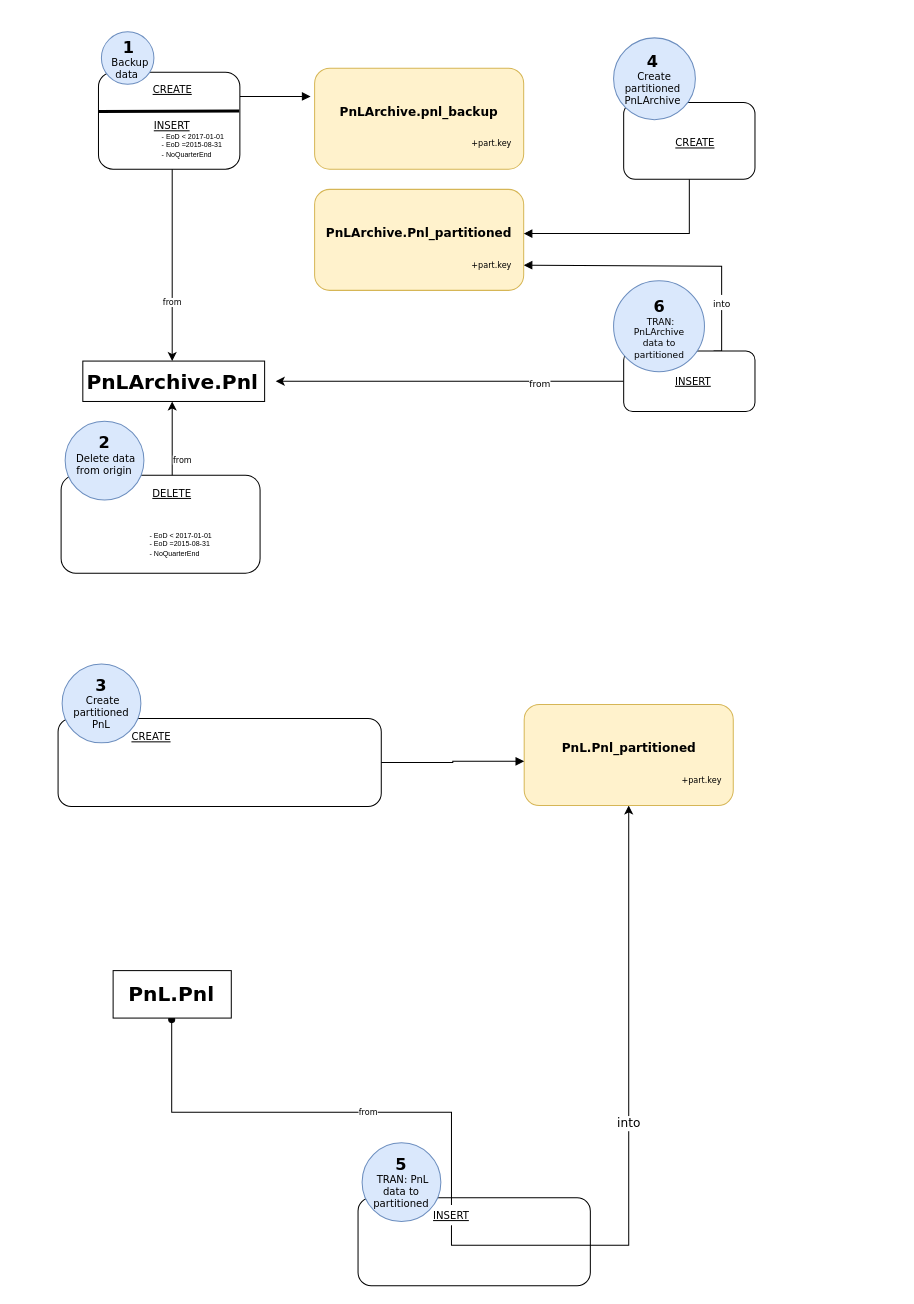
nikitozeg/allure-cucumber-jvm-example keeps this draw.io diagram as Untitled Diagram.drawio. Above is the earlier version. Source tidied: cells renumbered, new cells numbered last; positions are measured from the earlier drawing's top-left corner, leaving out a move shared by most shapes. Both pictures are drawn from the tidied source at 101%, with x=0, y=0 at pixel (58, 31).
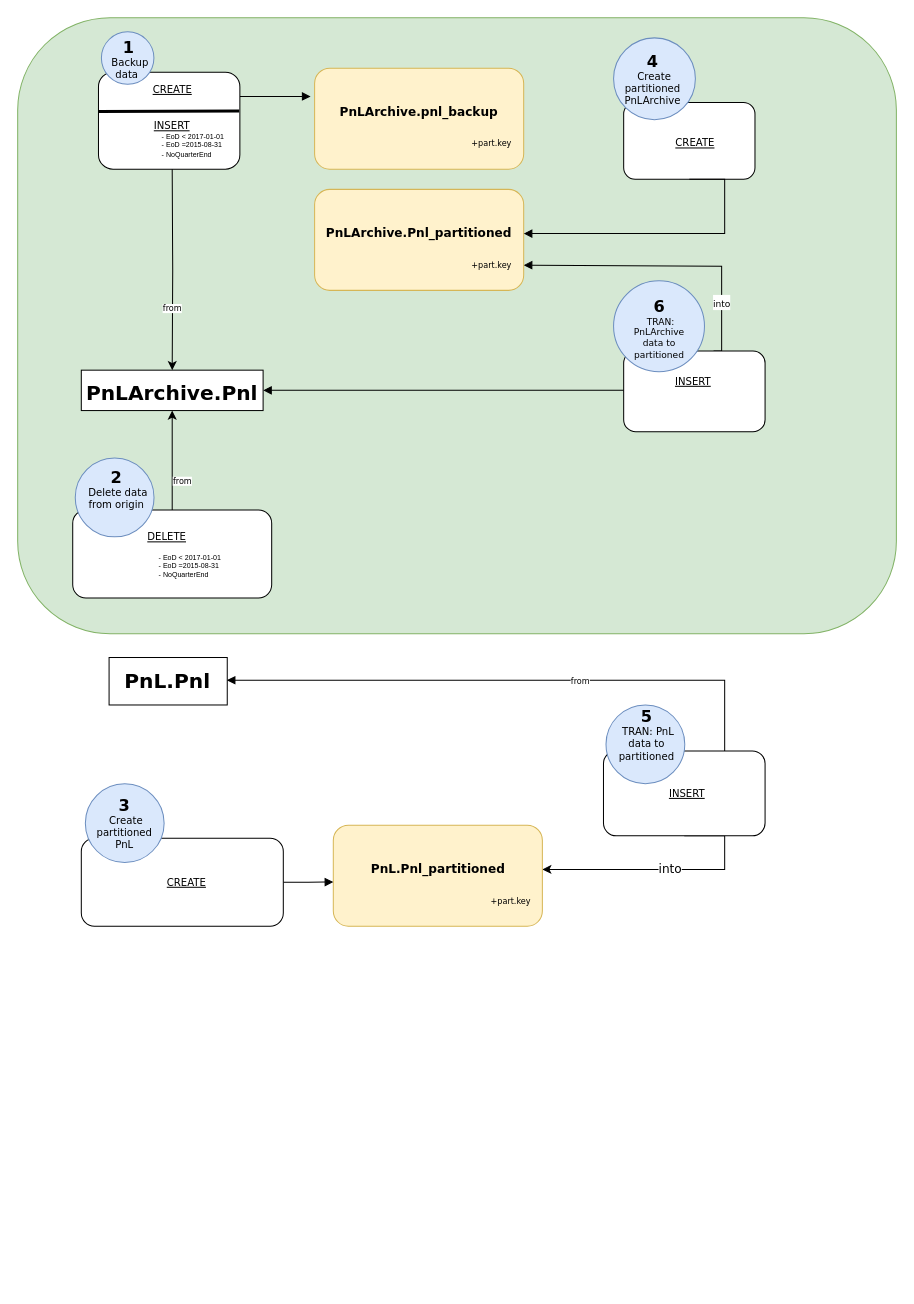
Above is the later version.

Unchanged cells that the change refers to:
```xml
<mxCell id="33" value="PnLArchive.Pnl_partitioned" style="text;html=1;strokeColor=none;fillColor=none;align=center;verticalAlign=middle;whiteSpace=wrap;rounded=0;fontFamily=Verdana;fontSize=12;fontStyle=1;" parent="32" vertex="1">
  <mxGeometry width="207" height="50" as="geometry" />
</mxCell>
<mxCell id="36" style="rounded=1;whiteSpace=wrap;html=1;" parent="35" vertex="1">
  <mxGeometry x="10" y="64" width="130" height="76" as="geometry" />
</mxCell>
<mxCell id="62" value="PnL.Pnl" style="text;html=1;strokeColor=none;fillColor=none;align=center;verticalAlign=middle;whiteSpace=wrap;rounded=0;fontFamily=Verdana;fontStyle=1;fontSize=20;" parent="60" vertex="1">
  <mxGeometry width="117" height="52" as="geometry" />
</mxCell>
<mxCell id="67" style="rounded=1;whiteSpace=wrap;html=1;fillColor=#fff2cc;fontFamily=Verdana;fontSize=8;align=left;strokeColor=#d6b656;" parent="66" vertex="1">
  <mxGeometry width="207" height="100" as="geometry" />
</mxCell>
<mxCell id="69" value="PnL.Pnl_partitioned" style="text;html=1;strokeColor=none;fillColor=none;align=center;verticalAlign=middle;whiteSpace=wrap;rounded=0;fontFamily=Verdana;fontSize=12;fontStyle=1;" parent="68" vertex="1">
  <mxGeometry width="207" height="50" as="geometry" />
</mxCell>
```

What changed in the source:
```diff
@@
-    <mxCell id="2" style="edgeStyle=orthogonalEdgeStyle;rounded=0;jettySize=auto;html=1;exitX=0;exitY=0.5;exitDx=0;exitDy=0;entryX=1;entryY=0.5;entryDx=0;entryDy=0;fontFamily=Verdana;fontSize=8;" parent="1" edge="1" source="42" target="7">
-      <mxGeometry relative="1" as="geometry" />
-    </mxCell>
-    <mxCell id="3" value="from" style="text;html=1;align=center;verticalAlign=middle;labelBackgroundColor=#ffffff;fontSize=9;fontFamily=Verdana;" parent="2" vertex="1">
-      <mxGeometry x="-0.51" y="2" relative="1" as="geometry" />
-    </mxCell>
+    <mxCell id="77" style="rounded=1;whiteSpace=wrap;html=1;fillColor=#d5e8d4;fontFamily=Verdana;fontSize=9;align=left;strokeColor=#82b366;" parent="1" vertex="1">
+      <mxGeometry x="-40" y="-14" width="870" height="610" as="geometry" />
+    </mxCell>
@@
-    <mxCell id="5" style="group;" parent="1" vertex="1">
-      <mxGeometry x="10.5" y="326" width="205" height="40" as="geometry" />
-    </mxCell>
-    <mxCell id="6" style="rounded=0;whiteSpace=wrap;html=1;fillColor=#ffffff;fontFamily=Verdana;fontSize=20;align=left;" parent="5" vertex="1">
-      <mxGeometry x="14" width="180" height="40" as="geometry" />
-    </mxCell>
-    <mxCell id="7" value="&lt;font style=&quot;font-size: 20px&quot;&gt;PnLArchive.Pnl&lt;/font&gt;" style="text;html=1;strokeColor=none;fillColor=none;align=center;verticalAlign=middle;whiteSpace=wrap;rounded=0;fontFamily=Verdana;fontStyle=1;" parent="5" vertex="1">
-      <mxGeometry width="205" height="40" as="geometry" />
-    </mxCell>
-    <mxCell id="8" style="edgeStyle=orthogonalEdgeStyle;rounded=0;jettySize=auto;html=1;exitX=0.5;exitY=0;exitDx=0;exitDy=0;fontFamily=Verdana;fontSize=8;" parent="1" edge="1" source="75" target="7">
+    <mxCell id="8" style="edgeStyle=orthogonalEdgeStyle;rounded=0;jettySize=auto;html=1;exitX=0.5;exitY=0;exitDx=0;exitDy=0;fontFamily=Verdana;fontSize=8;entryX=0.5;entryY=1;entryDx=0;entryDy=0;" parent="1" edge="1" source="72" target="6">
       <mxGeometry relative="1" as="geometry" />
     </mxCell>
@@
-    <mxCell id="25" value="from" style="edgeStyle=orthogonalEdgeStyle;rounded=0;jettySize=auto;html=1;entryX=0.5;entryY=0;entryDx=0;entryDy=0;fontFamily=Verdana;fontSize=8;" parent="1" edge="1" target="7">
+    <mxCell id="25" value="from" style="edgeStyle=orthogonalEdgeStyle;rounded=0;jettySize=auto;html=1;fontFamily=Verdana;fontSize=8;entryX=0.5;entryY=0;entryDx=0;entryDy=0;" parent="1" edge="1" target="6">
       <mxGeometry x="0.39" relative="1" as="geometry">
         <mxPoint x="113" y="136" as="sourcePoint" />
-        <Array as="points">
-          <mxPoint x="113" y="267" />
-        </Array>
       </mxGeometry>
     </mxCell>
@@
     <mxCell id="41" style="edgeStyle=orthogonalEdgeStyle;rounded=0;jettySize=auto;html=1;exitX=0.5;exitY=1;exitDx=0;exitDy=0;entryX=1;entryY=0.5;entryDx=0;entryDy=0;endArrow=block;endFill=1;strokeWidth=1;fontFamily=Verdana;fontSize=9;" parent="1" edge="1" source="36" target="33">
-      <mxGeometry relative="1" as="geometry" />
+      <mxGeometry relative="1" as="geometry">
+        <Array as="points">
+          <mxPoint x="660" y="146" />
+          <mxPoint x="660" y="200" />
+        </Array>
+      </mxGeometry>
     </mxCell>
+    <mxCell id="78" style="edgeStyle=orthogonalEdgeStyle;rounded=0;jettySize=auto;html=1;exitX=0;exitY=0.5;exitDx=0;exitDy=0;endArrow=block;endFill=1;strokeWidth=1;fontFamily=Verdana;fontSize=9;entryX=1;entryY=0.5;entryDx=0;entryDy=0;" parent="1" edge="1" source="42" target="6">
+      <mxGeometry relative="1" as="geometry">
+        <Array as="points">
+          <mxPoint x="560" y="355" />
+        </Array>
+      </mxGeometry>
+    </mxCell>
     <mxCell id="42" style="rounded=1;whiteSpace=wrap;html=1;" parent="1" vertex="1">
-      <mxGeometry x="560" y="316" width="130" height="60" as="geometry" />
+      <mxGeometry x="560" y="316" width="140" height="80" as="geometry" />
     </mxCell>
@@
-    <mxCell id="47" style="group;" parent="1" vertex="1">
-      <mxGeometry x="297" y="1100" width="230" height="141.5" as="geometry" />
-    </mxCell>
-    <mxCell id="48" style="rounded=1;whiteSpace=wrap;html=1;" parent="47" vertex="1">
-      <mxGeometry y="54.5" width="230" height="87" as="geometry" />
-    </mxCell>
-    <mxCell id="49" style="ellipse;whiteSpace=wrap;html=1;fillColor=#dae8fc;strokeColor=#6c8ebf;" parent="47" vertex="1">
-      <mxGeometry x="4" width="78" height="78" as="geometry" />
-    </mxCell>
-    <mxCell id="50" value="&lt;font&gt;&lt;b&gt;&lt;font style=&quot;font-size: 16px&quot;&gt;5&lt;/font&gt;&lt;/b&gt;&lt;br style=&quot;font-size: 10px&quot;&gt;&amp;nbsp;TRAN: PnL data to partitioned&lt;br&gt;&lt;/font&gt;" style="text;html=1;strokeColor=none;fillColor=none;align=center;verticalAlign=middle;whiteSpace=wrap;rounded=0;fontFamily=Verdana;fontStyle=0;fontSize=10;" parent="47" vertex="1">
-      <mxGeometry x="3" y="19.5" width="80" height="39" as="geometry" />
-    </mxCell>
-    <mxCell id="51" value="INSERT" style="text;html=1;strokeColor=none;fillColor=none;align=center;verticalAlign=middle;whiteSpace=wrap;rounded=0;fontFamily=Verdana;fontStyle=4;fontSize=10;" parent="47" vertex="1">
-      <mxGeometry x="70" y="61.5" width="45" height="20" as="geometry" />
-    </mxCell>
-    <mxCell id="52" value="into" style="edgeStyle=orthogonalEdgeStyle;rounded=0;jettySize=auto;html=1;exitX=0.5;exitY=1;exitDx=0;exitDy=0;fontFamily=Verdana;fontSize=12;entryX=0.5;entryY=1;entryDx=0;entryDy=0;" parent="1" edge="1" source="51" target="67">
-      <mxGeometry relative="1" as="geometry" />
+    <mxCell id="52" value="into" style="edgeStyle=orthogonalEdgeStyle;rounded=0;jettySize=auto;html=1;fontFamily=Verdana;fontSize=12;entryX=1;entryY=0.5;entryDx=0;entryDy=0;exitX=0.5;exitY=1;exitDx=0;exitDy=0;" parent="1" edge="1" source="48" target="69">
+      <mxGeometry relative="1" as="geometry">
+        <Array as="points">
+          <mxPoint x="660" y="796" />
+          <mxPoint x="660" y="829" />
+        </Array>
+      </mxGeometry>
     </mxCell>
-    <mxCell id="53" style="edgeStyle=orthogonalEdgeStyle;rounded=0;jettySize=auto;html=1;exitX=0.5;exitY=0;exitDx=0;exitDy=0;entryX=0.5;entryY=1;entryDx=0;entryDy=0;fontFamily=Verdana;fontSize=8;endArrow=oval;endFill=1;" parent="1" edge="1" source="51" target="62">
+    <mxCell id="53" style="edgeStyle=orthogonalEdgeStyle;rounded=0;jettySize=auto;html=1;exitX=0.75;exitY=0;exitDx=0;exitDy=0;entryX=1;entryY=0.5;entryDx=0;entryDy=0;fontFamily=Verdana;fontSize=8;endArrow=block;endFill=1;" parent="1" edge="1" source="48" target="62">
       <mxGeometry relative="1" as="geometry" />
     </mxCell>
@@
-    <mxCell id="55" style="group;" parent="1" vertex="1">
-      <mxGeometry y="626" width="320" height="141" as="geometry" />
-    </mxCell>
-    <mxCell id="56" style="rounded=1;whiteSpace=wrap;html=1;" parent="55" vertex="1">
-      <mxGeometry y="54" width="320" height="87" as="geometry" />
-    </mxCell>
-    <mxCell id="57" style="ellipse;whiteSpace=wrap;html=1;fillColor=#dae8fc;strokeColor=#6c8ebf;" parent="55" vertex="1">
-      <mxGeometry x="4" width="78" height="78" as="geometry" />
-    </mxCell>
-    <mxCell id="58" value="&lt;font&gt;&lt;b&gt;&lt;font style=&quot;font-size: 16px&quot;&gt;3&lt;/font&gt;&lt;/b&gt;&lt;br style=&quot;font-size: 10px&quot;&gt;&amp;nbsp;Create partitioned &lt;br&gt;PnL&lt;br&gt;&lt;/font&gt;" style="text;html=1;strokeColor=none;fillColor=none;align=center;verticalAlign=middle;whiteSpace=wrap;rounded=0;fontFamily=Verdana;fontStyle=0;fontSize=10;" parent="55" vertex="1">
-      <mxGeometry x="3" y="19.5" width="80" height="39" as="geometry" />
-    </mxCell>
-    <mxCell id="59" value="CREATE" style="text;html=1;strokeColor=none;fillColor=none;align=center;verticalAlign=middle;whiteSpace=wrap;rounded=0;fontFamily=Verdana;fontStyle=4;fontSize=10;" parent="55" vertex="1">
-      <mxGeometry x="70" y="61.5" width="45" height="20" as="geometry" />
-    </mxCell>
     <mxCell id="60" style="group;" parent="1" vertex="1">
-      <mxGeometry x="54" y="926" width="117.5" height="52" as="geometry" />
+      <mxGeometry x="50" y="616" width="117.5" height="52" as="geometry" />
     </mxCell>
@@
     <mxCell id="63" style="group;" parent="1" vertex="1">
-      <mxGeometry x="461.5" y="666" width="207" height="100" as="geometry" />
+      <mxGeometry x="272.5" y="785.5" width="207" height="100" as="geometry" />
     </mxCell>
@@
     <mxCell id="72" style="rounded=1;whiteSpace=wrap;html=1;" parent="1" vertex="1">
-      <mxGeometry x="3" y="439" width="197" height="97" as="geometry" />
+      <mxGeometry x="14.5" y="473.5" width="197" height="87" as="geometry" />
     </mxCell>
     <mxCell id="73" style="ellipse;whiteSpace=wrap;html=1;fillColor=#dae8fc;strokeColor=#6c8ebf;" parent="1" vertex="1">
-      <mxGeometry x="7" y="385.5" width="78" height="78" as="geometry" />
+      <mxGeometry x="17" y="422" width="78" height="78" as="geometry" />
     </mxCell>
     <mxCell id="74" value="&lt;font&gt;&lt;b&gt;&lt;font style=&quot;font-size: 16px&quot;&gt;2&lt;/font&gt;&lt;/b&gt;&lt;br style=&quot;font-size: 10px&quot;&gt;&amp;nbsp;Delete data from origin&lt;br&gt;&lt;br&gt;&lt;/font&gt;" style="text;html=1;strokeColor=none;fillColor=none;align=center;verticalAlign=middle;whiteSpace=wrap;rounded=0;fontFamily=Verdana;fontStyle=0;fontSize=10;" parent="1" vertex="1">
-      <mxGeometry x="6" y="405" width="80" height="39" as="geometry" />
+      <mxGeometry x="17.5" y="439.5" width="80" height="39" as="geometry" />
     </mxCell>
     <mxCell id="75" value="DELETE" style="text;html=1;strokeColor=none;fillColor=none;align=center;verticalAlign=middle;whiteSpace=wrap;rounded=0;fontFamily=Verdana;fontStyle=4;fontSize=10;" parent="1" vertex="1">
-      <mxGeometry x="73" y="447.5" width="80" height="18" as="geometry" />
+      <mxGeometry x="67.5" y="490.5" width="80" height="18" as="geometry" />
     </mxCell>
     <mxCell id="76" value="- EoD &amp;lt; 2017-01-01&lt;br&gt;- EoD =2015-08-31&lt;br&gt;- NoQuarterEnd" style="text;strokeColor=none;fillColor=none;align=left;verticalAlign=middle;whiteSpace=wrap;rounded=0;fontFamily=Helvetica;fontSize=7;html=1;" parent="1" vertex="1">
-      <mxGeometry x="89" y="487.5" width="90" height="40" as="geometry" />
+      <mxGeometry x="97.5" y="508.5" width="90" height="40" as="geometry" />
     </mxCell>
+    <mxCell id="56" style="rounded=1;whiteSpace=wrap;html=1;" parent="1" vertex="1">
+      <mxGeometry x="23" y="798.5" width="200" height="87" as="geometry" />
+    </mxCell>
+    <mxCell id="57" style="ellipse;whiteSpace=wrap;html=1;fillColor=#dae8fc;strokeColor=#6c8ebf;" parent="1" vertex="1">
+      <mxGeometry x="27" y="744.5" width="78" height="78" as="geometry" />
+    </mxCell>
+    <mxCell id="58" value="&lt;font&gt;&lt;b&gt;&lt;font style=&quot;font-size: 16px&quot;&gt;3&lt;/font&gt;&lt;/b&gt;&lt;br style=&quot;font-size: 10px&quot;&gt;&amp;nbsp;Create partitioned &lt;br&gt;PnL&lt;br&gt;&lt;/font&gt;" style="text;html=1;strokeColor=none;fillColor=none;align=center;verticalAlign=middle;whiteSpace=wrap;rounded=0;fontFamily=Verdana;fontStyle=0;fontSize=10;" parent="1" vertex="1">
+      <mxGeometry x="26" y="764" width="80" height="39" as="geometry" />
+    </mxCell>
+    <mxCell id="59" value="CREATE" style="text;html=1;strokeColor=none;fillColor=none;align=center;verticalAlign=middle;whiteSpace=wrap;rounded=0;fontFamily=Verdana;fontStyle=4;fontSize=10;" parent="1" vertex="1">
+      <mxGeometry x="105" y="832" width="45" height="20" as="geometry" />
+    </mxCell>
+    <mxCell id="6" style="rounded=0;whiteSpace=wrap;html=1;fillColor=#ffffff;fontFamily=Verdana;fontSize=20;align=left;" parent="1" vertex="1">
+      <mxGeometry x="23" y="335" width="180" height="40" as="geometry" />
+    </mxCell>
+    <mxCell id="7" value="&lt;font style=&quot;font-size: 20px&quot;&gt;PnLArchive.Pnl&lt;/font&gt;" style="text;html=1;strokeColor=none;fillColor=none;align=center;verticalAlign=middle;whiteSpace=wrap;rounded=0;fontFamily=Verdana;fontStyle=1;" parent="1" vertex="1">
+      <mxGeometry x="33" y="336.5" width="160" height="40" as="geometry" />
+    </mxCell>
+    <mxCell id="48" style="rounded=1;whiteSpace=wrap;html=1;" parent="1" vertex="1">
+      <mxGeometry x="540" y="712" width="160" height="84" as="geometry" />
+    </mxCell>
+    <mxCell id="51" value="INSERT" style="text;html=1;strokeColor=none;fillColor=none;align=center;verticalAlign=middle;whiteSpace=wrap;rounded=0;fontFamily=Verdana;fontStyle=4;fontSize=10;" parent="1" vertex="1">
+      <mxGeometry x="585.5" y="738" width="74" height="32" as="geometry" />
+    </mxCell>
+    <mxCell id="49" style="ellipse;whiteSpace=wrap;html=1;fillColor=#dae8fc;strokeColor=#6c8ebf;" parent="1" vertex="1">
+      <mxGeometry x="542.5" y="666.5" width="78" height="78" as="geometry" />
+    </mxCell>
+    <mxCell id="50" value="&lt;font&gt;&lt;b&gt;&lt;font style=&quot;font-size: 16px&quot;&gt;5&lt;/font&gt;&lt;/b&gt;&lt;br style=&quot;font-size: 10px&quot;&gt;&amp;nbsp;TRAN: PnL data to partitioned&lt;br&gt;&lt;/font&gt;" style="text;html=1;strokeColor=none;fillColor=none;align=center;verticalAlign=middle;whiteSpace=wrap;rounded=0;fontFamily=Verdana;fontStyle=0;fontSize=10;" parent="1" vertex="1">
+      <mxGeometry x="542.5" y="676" width="80" height="39" as="geometry" />
+    </mxCell>
```
